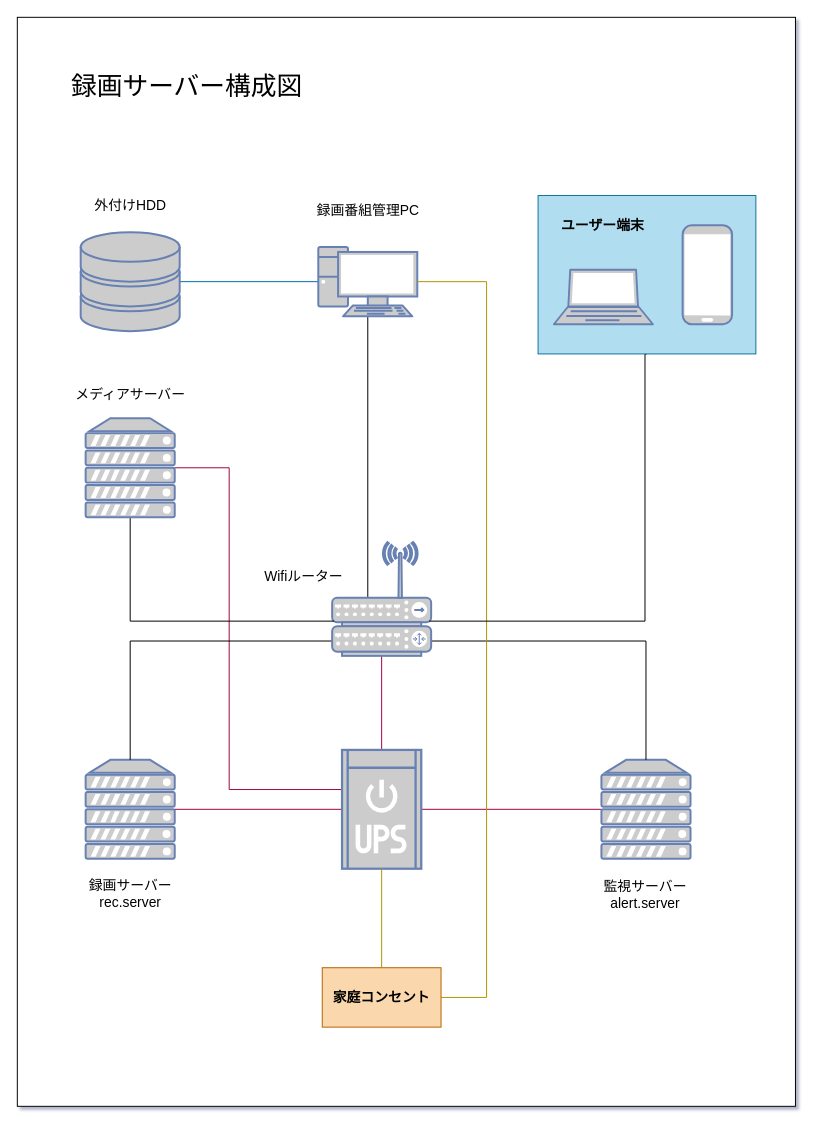
Above: rec/rec.drawio in Junch25/drawio (draw.io), before the change. Source tidied: cells renumbered, new cells numbered last; positions are measured from the earlier drawing's top-left corner, leaving out a move shared by most shapes. Both pictures are drawn from the tidied source at 99%, with x=0, y=0 at pixel (17, 17).
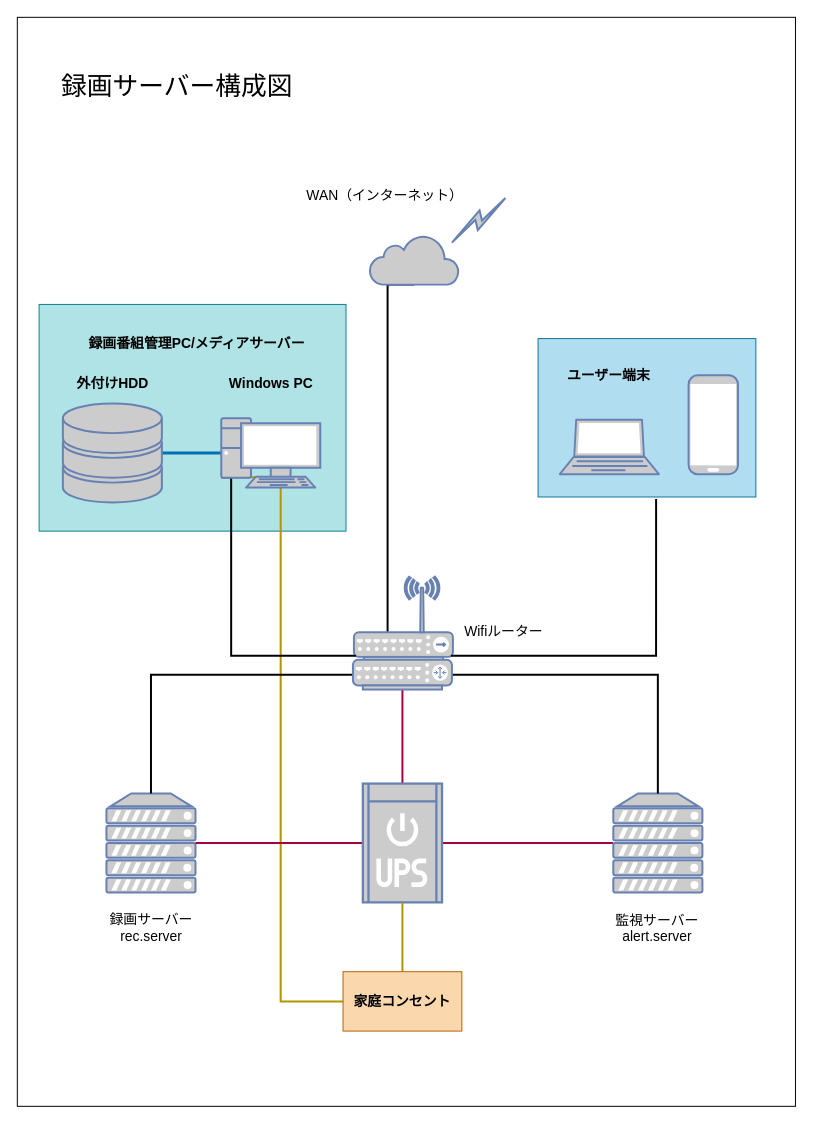
After the change.

Diff of the diagram source:
```diff
@@
-<mxGraphModel shadow="1">
+<mxGraphModel>
@@
+    <mxCell id="40" style="edgeStyle=orthogonalEdgeStyle;rounded=0;jettySize=auto;html=1;exitX=0.5;exitY=0;exitDx=0;exitDy=0;exitPerimeter=0;entryX=0.5;entryY=1;entryDx=0;entryDy=0;entryPerimeter=0;endArrow=none;endFill=0;strokeWidth=2;" parent="1" edge="1" source="20" target="44">
+      <mxGeometry relative="1" as="geometry">
+        <Array as="points">
+          <mxPoint x="374" y="649" />
+        </Array>
+      </mxGeometry>
+    </mxCell>
@@
     <mxCell id="4" value="録画サーバー構成図" style="text;html=1;align=center;verticalAlign=middle;fontSize=26;" parent="3" vertex="1">
-      <mxGeometry x="46" y="50" width="250" height="40" as="geometry" />
+      <mxGeometry x="36" y="50" width="250" height="40" as="geometry" />
     </mxCell>
-    <mxCell id="5" style="edgeStyle=orthogonalEdgeStyle;rounded=0;jettySize=auto;html=1;exitX=0.5;exitY=0;exitDx=0;exitDy=0;exitPerimeter=0;startArrow=none;startFill=0;endArrow=none;endFill=0;fontSize=26;entryX=0.5;entryY=1;entryDx=0;entryDy=0;entryPerimeter=0;" parent="3" edge="1" source="20" target="23">
-      <mxGeometry relative="1" as="geometry">
-        <Array as="points">
-          <mxPoint x="354" y="535" />
-          <mxPoint x="354" y="370" />
-        </Array>
-      </mxGeometry>
-    </mxCell>
-    <mxCell id="6" style="edgeStyle=orthogonalEdgeStyle;rounded=0;jettySize=auto;html=1;entryX=1;entryY=0.5;entryDx=0;entryDy=0;entryPerimeter=0;startArrow=none;startFill=0;endArrow=none;endFill=0;fontSize=14;fillColor=#d80073;strokeColor=#A50040;" parent="3" edge="1" source="14" target="33">
-      <mxGeometry relative="1" as="geometry">
-        <Array as="points">
-          <mxPoint x="214" y="780" />
-          <mxPoint x="214" y="455" />
-        </Array>
-      </mxGeometry>
-    </mxCell>
+    <mxCell id="41" style="whiteSpace=wrap;html=1;fillColor=#b0e3e6;strokeColor=#0e8088;" parent="3" vertex="1">
+      <mxGeometry x="22" y="290" width="310" height="229" as="geometry" />
+    </mxCell>
+    <mxCell id="42" style="edgeStyle=orthogonalEdgeStyle;rounded=0;orthogonalLoop=1;jettySize=auto;html=1;entryX=0;entryY=0.5;entryDx=0;entryDy=0;endArrow=none;endFill=0;fillColor=#e3c800;strokeColor=#B09500;strokeWidth=2;exitX=0;exitY=0.85;exitDx=0;exitDy=0;exitPerimeter=0;" parent="3" edge="1">
+      <mxGeometry relative="1" as="geometry">
+        <mxPoint x="206" y="464.5" as="sourcePoint" />
+        <mxPoint x="329" y="994" as="targetPoint" />
+        <Array as="points">
+          <mxPoint x="266" y="465" />
+          <mxPoint x="266" y="994" />
+        </Array>
+      </mxGeometry>
+    </mxCell>
@@
     <mxCell id="8" value="録画サーバー&lt;br style=&quot;font-size: 14px;&quot;&gt;rec.server" style="text;html=1;align=center;verticalAlign=middle;fontSize=14;" parent="7" vertex="1">
-      <mxGeometry x="64" y="865" width="100" height="40" as="geometry" />
+      <mxGeometry x="85" y="899" width="100" height="40" as="geometry" />
     </mxCell>
     <mxCell id="9" style="fontColor=#0066CC;verticalAlign=top;verticalLabelPosition=bottom;labelPosition=center;align=center;html=1;outlineConnect=0;fillColor=#CCCCCC;strokeColor=#6881B3;gradientColor=none;gradientDirection=north;strokeWidth=2;shape=mxgraph.networks.server;" parent="7" vertex="1">
-      <mxGeometry x="69" y="750" width="90" height="100" as="geometry" />
+      <mxGeometry x="90" y="784" width="90" height="100" as="geometry" />
     </mxCell>
     <mxCell id="10" style="fontColor=#0066CC;verticalAlign=top;verticalLabelPosition=bottom;labelPosition=center;align=center;html=1;outlineConnect=0;fillColor=#CCCCCC;strokeColor=#6881B3;gradientColor=none;gradientDirection=north;strokeWidth=2;shape=mxgraph.networks.wireless_hub;" parent="7" vertex="1">
-      <mxGeometry x="318" y="530" width="100" height="85" as="geometry" />
+      <mxGeometry x="340" y="565" width="100" height="85" as="geometry" />
     </mxCell>
-    <mxCell id="11" style="edgeStyle=orthogonalEdgeStyle;rounded=0;jettySize=auto;html=1;exitX=0;exitY=0.5;exitDx=0;exitDy=0;exitPerimeter=0;entryX=1;entryY=0.5;entryDx=0;entryDy=0;entryPerimeter=0;startArrow=none;startFill=0;endArrow=none;endFill=0;fillColor=#d80073;strokeColor=#A50040;" parent="7" edge="1" source="14" target="9">
+    <mxCell id="11" style="edgeStyle=orthogonalEdgeStyle;rounded=0;jettySize=auto;html=1;exitX=0;exitY=0.5;exitDx=0;exitDy=0;exitPerimeter=0;entryX=1;entryY=0.5;entryDx=0;entryDy=0;entryPerimeter=0;startArrow=none;startFill=0;endArrow=none;endFill=0;fillColor=#d80073;strokeColor=#A50040;strokeWidth=2;" parent="7" edge="1" source="14" target="9">
       <mxGeometry relative="1" as="geometry" />
     </mxCell>
-    <mxCell id="12" style="edgeStyle=orthogonalEdgeStyle;rounded=0;jettySize=auto;html=1;exitX=1;exitY=0.5;exitDx=0;exitDy=0;exitPerimeter=0;entryX=0;entryY=0.5;entryDx=0;entryDy=0;entryPerimeter=0;startArrow=none;startFill=0;endArrow=none;endFill=0;fillColor=#d80073;strokeColor=#A50040;" parent="7" edge="1" source="14" target="15">
+    <mxCell id="12" style="edgeStyle=orthogonalEdgeStyle;rounded=0;jettySize=auto;html=1;exitX=1;exitY=0.5;exitDx=0;exitDy=0;exitPerimeter=0;entryX=0;entryY=0.5;entryDx=0;entryDy=0;entryPerimeter=0;startArrow=none;startFill=0;endArrow=none;endFill=0;fillColor=#d80073;strokeColor=#A50040;strokeWidth=2;" parent="7" edge="1" source="14" target="15">
       <mxGeometry relative="1" as="geometry" />
     </mxCell>
-    <mxCell id="13" style="edgeStyle=orthogonalEdgeStyle;rounded=0;jettySize=auto;html=1;exitX=0.5;exitY=0;exitDx=0;exitDy=0;exitPerimeter=0;startArrow=none;startFill=0;endArrow=none;endFill=0;fontSize=26;fillColor=#d80073;strokeColor=#A50040;" parent="7" edge="1" source="14" target="20">
+    <mxCell id="13" style="edgeStyle=orthogonalEdgeStyle;rounded=0;jettySize=auto;html=1;exitX=0.5;exitY=0;exitDx=0;exitDy=0;exitPerimeter=0;startArrow=none;startFill=0;endArrow=none;endFill=0;fontSize=26;fillColor=#d80073;strokeColor=#A50040;strokeWidth=2;" parent="7" edge="1" source="14" target="20">
       <mxGeometry relative="1" as="geometry" />
     </mxCell>
     <mxCell id="14" style="fontColor=#0066CC;verticalAlign=top;verticalLabelPosition=bottom;labelPosition=center;align=center;html=1;outlineConnect=0;fillColor=#CCCCCC;strokeColor=#6881B3;gradientColor=none;gradientDirection=north;strokeWidth=2;shape=mxgraph.networks.ups_small;" parent="7" vertex="1">
-      <mxGeometry x="328" y="740" width="80" height="120" as="geometry" />
+      <mxGeometry x="349" y="774" width="80" height="120" as="geometry" />
     </mxCell>
     <mxCell id="15" style="fontColor=#0066CC;verticalAlign=top;verticalLabelPosition=bottom;labelPosition=center;align=center;html=1;outlineConnect=0;fillColor=#CCCCCC;strokeColor=#6881B3;gradientColor=none;gradientDirection=north;strokeWidth=2;shape=mxgraph.networks.server;" parent="7" vertex="1">
-      <mxGeometry x="590" y="750" width="90" height="100" as="geometry" />
+      <mxGeometry x="602" y="784" width="90" height="100" as="geometry" />
     </mxCell>
     <mxCell id="16" value="監視サーバー&lt;br style=&quot;font-size: 14px;&quot;&gt;alert.server" style="text;html=1;align=center;verticalAlign=middle;fontSize=14;" parent="7" vertex="1">
-      <mxGeometry x="584" y="866" width="100" height="40" as="geometry" />
+      <mxGeometry x="596" y="900" width="100" height="40" as="geometry" />
     </mxCell>
-    <mxCell id="17" style="edgeStyle=orthogonalEdgeStyle;rounded=0;jettySize=auto;html=1;exitX=0.5;exitY=0;exitDx=0;exitDy=0;exitPerimeter=0;entryX=0.5;entryY=1;entryDx=0;entryDy=0;entryPerimeter=0;startArrow=none;startFill=0;endArrow=none;endFill=0;" parent="7" edge="1" source="20" target="10">
-      <mxGeometry relative="1" as="geometry" />
+    <mxCell id="17" style="edgeStyle=orthogonalEdgeStyle;rounded=0;jettySize=auto;html=1;exitX=0.5;exitY=0;exitDx=0;exitDy=0;exitPerimeter=0;entryX=0.5;entryY=1;entryDx=0;entryDy=0;entryPerimeter=0;startArrow=none;startFill=0;endArrow=none;endFill=0;" parent="7" edge="1" source="20">
+      <mxGeometry relative="1" as="geometry">
+        <mxPoint x="389" y="649" as="targetPoint" />
+      </mxGeometry>
     </mxCell>
-    <mxCell id="18" style="edgeStyle=orthogonalEdgeStyle;rounded=0;jettySize=auto;html=1;exitX=0;exitY=0.5;exitDx=0;exitDy=0;exitPerimeter=0;startArrow=none;startFill=0;endArrow=none;endFill=0;" parent="7" edge="1" source="20" target="9">
+    <mxCell id="18" style="edgeStyle=orthogonalEdgeStyle;rounded=0;jettySize=auto;html=1;exitX=0;exitY=0.5;exitDx=0;exitDy=0;exitPerimeter=0;startArrow=none;startFill=0;endArrow=none;endFill=0;strokeWidth=2;" parent="7" edge="1" source="20" target="9">
       <mxGeometry relative="1" as="geometry" />
     </mxCell>
-    <mxCell id="19" style="edgeStyle=orthogonalEdgeStyle;rounded=0;jettySize=auto;html=1;exitX=1;exitY=0.5;exitDx=0;exitDy=0;exitPerimeter=0;entryX=0.5;entryY=0;entryDx=0;entryDy=0;entryPerimeter=0;startArrow=none;startFill=0;endArrow=none;endFill=0;" parent="7" edge="1" source="20" target="15">
+    <mxCell id="19" style="edgeStyle=orthogonalEdgeStyle;rounded=0;jettySize=auto;html=1;exitX=1;exitY=0.5;exitDx=0;exitDy=0;exitPerimeter=0;entryX=0.5;entryY=0;entryDx=0;entryDy=0;entryPerimeter=0;startArrow=none;startFill=0;endArrow=none;endFill=0;strokeWidth=2;" parent="7" edge="1" source="20" target="15">
       <mxGeometry relative="1" as="geometry" />
     </mxCell>
     <mxCell id="20" style="fontColor=#0066CC;verticalAlign=top;verticalLabelPosition=bottom;labelPosition=center;align=center;html=1;outlineConnect=0;fillColor=#CCCCCC;strokeColor=#6881B3;gradientColor=none;gradientDirection=north;strokeWidth=2;shape=mxgraph.networks.router;" parent="7" vertex="1">
-      <mxGeometry x="318" y="615" width="100" height="30" as="geometry" />
+      <mxGeometry x="339" y="649" width="100" height="30" as="geometry" />
     </mxCell>
@@
-    <mxCell id="22" style="edgeStyle=orthogonalEdgeStyle;rounded=0;jettySize=auto;html=1;exitX=0;exitY=0.5;exitDx=0;exitDy=0;exitPerimeter=0;entryX=1;entryY=0.5;entryDx=0;entryDy=0;entryPerimeter=0;startArrow=none;startFill=0;endArrow=none;endFill=0;fontSize=14;fillColor=#1ba1e2;strokeColor=#006EAF;" parent="21" edge="1" source="23" target="26">
+    <mxCell id="22" style="edgeStyle=orthogonalEdgeStyle;rounded=0;jettySize=auto;html=1;exitX=0;exitY=0.5;exitDx=0;exitDy=0;exitPerimeter=0;entryX=1;entryY=0.5;entryDx=0;entryDy=0;entryPerimeter=0;startArrow=none;startFill=0;endArrow=none;endFill=0;fontSize=14;fillColor=#1ba1e2;strokeColor=#006EAF;strokeWidth=3;" parent="21" edge="1" source="23" target="26">
       <mxGeometry relative="1" as="geometry" />
     </mxCell>
+    <mxCell id="43" style="edgeStyle=orthogonalEdgeStyle;rounded=0;jettySize=auto;html=1;exitX=0;exitY=0.85;exitDx=0;exitDy=0;exitPerimeter=0;entryX=0.02;entryY=0.94;entryDx=0;entryDy=0;entryPerimeter=0;endArrow=none;endFill=0;fontColor=#000000;strokeWidth=2;" parent="21" edge="1" source="23" target="10">
+      <mxGeometry relative="1" as="geometry">
+        <Array as="points">
+          <mxPoint x="216" y="465" />
+          <mxPoint x="216" y="645" />
+        </Array>
+      </mxGeometry>
+    </mxCell>
     <mxCell id="23" style="fontColor=#0066CC;verticalAlign=top;verticalLabelPosition=bottom;labelPosition=center;align=center;html=1;outlineConnect=0;fillColor=#CCCCCC;strokeColor=#6881B3;gradientColor=none;gradientDirection=north;strokeWidth=2;shape=mxgraph.networks.pc;" parent="21" vertex="1">
-      <mxGeometry x="304" y="232" width="100" height="70" as="geometry" />
+      <mxGeometry x="206" y="405" width="100" height="70" as="geometry" />
     </mxCell>
     <mxCell id="24" value="Wifiルーター" style="text;html=1;align=center;verticalAlign=middle;fontSize=14;" parent="21" vertex="1">
-      <mxGeometry x="244" y="555" width="90" height="20" as="geometry" />
+      <mxGeometry x="446" y="610" width="90" height="20" as="geometry" />
     </mxCell>
-    <mxCell id="25" value="録画番組管理PC" style="text;html=1;align=center;verticalAlign=middle;fontSize=14;" parent="21" vertex="1">
-      <mxGeometry x="294" y="185" width="120" height="20" as="geometry" />
+    <mxCell id="25" value="録画番組管理PC/メディアサーバー" style="text;html=1;align=center;verticalAlign=middle;fontSize=14;labelBackgroundColor=none;fontColor=#000000;fontStyle=1;" parent="21" vertex="1">
+      <mxGeometry x="66" y="320" width="230" height="20" as="geometry" />
     </mxCell>
     <mxCell id="26" style="fontColor=#0066CC;verticalAlign=top;verticalLabelPosition=bottom;labelPosition=center;align=center;html=1;outlineConnect=0;fillColor=#CCCCCC;strokeColor=#6881B3;gradientColor=none;gradientDirection=north;strokeWidth=2;shape=mxgraph.networks.storage;" parent="21" vertex="1">
-      <mxGeometry x="64" y="217" width="100" height="100" as="geometry" />
+      <mxGeometry x="46" y="390" width="100" height="100" as="geometry" />
     </mxCell>
-    <mxCell id="27" value="外付けHDD" style="text;html=1;align=center;verticalAlign=middle;fontSize=14;" parent="21" vertex="1">
-      <mxGeometry x="69" y="180" width="90" height="20" as="geometry" />
+    <mxCell id="27" value="外付けHDD" style="text;html=1;align=center;verticalAlign=middle;fontSize=14;fontColor=#000000;fontStyle=1;" parent="21" vertex="1">
+      <mxGeometry x="51" y="360" width="90" height="20" as="geometry" />
     </mxCell>
-    <mxCell id="28" style="edgeStyle=orthogonalEdgeStyle;rounded=0;jettySize=auto;html=1;exitX=0.5;exitY=1;exitDx=0;exitDy=0;exitPerimeter=0;startArrow=none;startFill=0;endArrow=none;endFill=0;fontSize=14;entryX=0.5;entryY=0;entryDx=0;entryDy=0;fillColor=#e3c800;strokeColor=#B09500;" parent="21" edge="1" source="14" target="30">
+    <mxCell id="28" style="edgeStyle=orthogonalEdgeStyle;rounded=0;jettySize=auto;html=1;exitX=0.5;exitY=1;exitDx=0;exitDy=0;exitPerimeter=0;startArrow=none;startFill=0;endArrow=none;endFill=0;fontSize=14;entryX=0.5;entryY=0;entryDx=0;entryDy=0;fillColor=#e3c800;strokeColor=#B09500;strokeWidth=2;" parent="21" edge="1" source="14" target="30">
       <mxGeometry relative="1" as="geometry" />
     </mxCell>
-    <mxCell id="29" style="edgeStyle=orthogonalEdgeStyle;rounded=0;jettySize=auto;html=1;exitX=1;exitY=0.5;exitDx=0;exitDy=0;entryX=1;entryY=0.5;entryDx=0;entryDy=0;entryPerimeter=0;startArrow=none;startFill=0;endArrow=none;endFill=0;fontSize=14;fillColor=#e3c800;strokeColor=#B09500;" parent="21" edge="1" source="30" target="23">
-      <mxGeometry relative="1" as="geometry">
-        <Array as="points">
-          <mxPoint x="474" y="990" />
-          <mxPoint x="474" y="267" />
-        </Array>
-      </mxGeometry>
-    </mxCell>
     <mxCell id="30" value="家庭コンセント" style="whiteSpace=wrap;html=1;fontSize=14;fillColor=#fad7ac;strokeColor=#b46504;fontStyle=1;fontColor=#000000;" parent="21" vertex="1">
-      <mxGeometry x="308" y="960" width="120" height="60" as="geometry" />
+      <mxGeometry x="329" y="964" width="120" height="60" as="geometry" />
     </mxCell>
-    <mxCell id="31" value="メディアサーバー" style="text;html=1;align=center;verticalAlign=middle;fontSize=14;" parent="21" vertex="1">
-      <mxGeometry x="49" y="371" width="130" height="20" as="geometry" />
-    </mxCell>
-    <mxCell id="32" style="edgeStyle=orthogonalEdgeStyle;rounded=0;jettySize=auto;html=1;entryX=0.5;entryY=1;entryDx=0;entryDy=0;entryPerimeter=0;startArrow=none;startFill=0;endArrow=none;endFill=0;fontSize=14;exitX=0.02;exitY=0.94;exitDx=0;exitDy=0;exitPerimeter=0;" parent="21" edge="1" source="10" target="33">
-      <mxGeometry relative="1" as="geometry" />
-    </mxCell>
-    <mxCell id="33" style="fontColor=#0066CC;verticalAlign=top;verticalLabelPosition=bottom;labelPosition=center;align=center;html=1;outlineConnect=0;fillColor=#CCCCCC;strokeColor=#6881B3;gradientColor=none;gradientDirection=north;strokeWidth=2;shape=mxgraph.networks.server;" parent="21" vertex="1">
-      <mxGeometry x="69" y="405" width="90" height="100" as="geometry" />
-    </mxCell>
+    <mxCell id="44" style="html=1;outlineConnect=0;fillColor=#CCCCCC;strokeColor=#6881B3;gradientColor=none;gradientDirection=north;strokeWidth=2;shape=mxgraph.networks.cloud;fontColor=#ffffff;" parent="21" vertex="1">
+      <mxGeometry x="356" y="220" width="90" height="50" as="geometry" />
+    </mxCell>
+    <mxCell id="45" style="html=1;outlineConnect=0;fillColor=#CCCCCC;strokeColor=#6881B3;gradientColor=none;gradientDirection=north;strokeWidth=2;shape=mxgraph.networks.comm_link_edge;html=1;endArrow=none;endFill=0;" parent="21" edge="1">
+      <mxGeometry relative="1" as="geometry">
+        <mxPoint x="436" y="230" as="sourcePoint" />
+        <mxPoint x="496" y="180" as="targetPoint" />
+      </mxGeometry>
+    </mxCell>
+    <mxCell id="46" value="WAN（インターネット）" style="text;html=1;align=center;verticalAlign=middle;fontSize=14;" parent="21" vertex="1">
+      <mxGeometry x="286" y="170" width="170" height="20" as="geometry" />
+    </mxCell>
+    <mxCell id="47" style="edgeStyle=orthogonalEdgeStyle;rounded=0;jettySize=auto;html=1;exitX=0.98;exitY=0.94;exitDx=0;exitDy=0;exitPerimeter=0;entryX=0.542;entryY=1.013;entryDx=0;entryDy=0;entryPerimeter=0;endArrow=none;endFill=0;strokeWidth=2;" parent="21" edge="1" source="10" target="36">
+      <mxGeometry relative="1" as="geometry">
+        <Array as="points">
+          <mxPoint x="645" y="645" />
+        </Array>
+      </mxGeometry>
+    </mxCell>
+    <mxCell id="48" value="Windows PC" style="text;html=1;align=center;verticalAlign=middle;fontSize=14;labelBackgroundColor=none;fontColor=#000000;fontStyle=1;" parent="21" vertex="1">
+      <mxGeometry x="206" y="360" width="100" height="20" as="geometry" />
+    </mxCell>
@@
-    <mxCell id="35" style="edgeStyle=orthogonalEdgeStyle;rounded=0;jettySize=auto;html=1;exitX=0.5;exitY=1;exitDx=0;exitDy=0;entryX=0.98;entryY=0.94;entryDx=0;entryDy=0;entryPerimeter=0;startArrow=none;startFill=0;endArrow=none;endFill=0;fontSize=14;" parent="34" edge="1" source="36" target="10">
-      <mxGeometry relative="1" as="geometry">
-        <Array as="points">
-          <mxPoint x="634" y="340" />
-          <mxPoint x="634" y="610" />
-        </Array>
-      </mxGeometry>
-    </mxCell>
+    <mxCell id="49" style="group;" parent="34" vertex="1">
+      <mxGeometry x="526" y="324.5" width="220" height="160" as="geometry" />
+    </mxCell>
-    <mxCell id="36" style="whiteSpace=wrap;html=1;fontSize=14;fillColor=#b1ddf0;strokeColor=#10739e;fontColor=#000000;" parent="34" vertex="1">
-      <mxGeometry x="526" y="180" width="220" height="160" as="geometry" />
+    <mxCell id="36" style="whiteSpace=wrap;html=1;fontSize=14;fillColor=#b1ddf0;strokeColor=#10739e;fontColor=#000000;" parent="49" vertex="1">
+      <mxGeometry width="220" height="160" as="geometry" />
     </mxCell>
-    <mxCell id="37" style="fontColor=#0066CC;verticalAlign=top;verticalLabelPosition=bottom;labelPosition=center;align=center;html=1;fillColor=#CCCCCC;strokeColor=#6881B3;gradientColor=none;gradientDirection=north;strokeWidth=2;shape=mxgraph.networks.mobile;" parent="34" vertex="1">
-      <mxGeometry x="672" y="210" width="50" height="100" as="geometry" />
+    <mxCell id="37" style="fontColor=#0066CC;verticalAlign=top;verticalLabelPosition=bottom;labelPosition=center;align=center;html=1;fillColor=#CCCCCC;strokeColor=#6881B3;gradientColor=none;gradientDirection=north;strokeWidth=2;shape=mxgraph.networks.mobile;" parent="49" vertex="1">
+      <mxGeometry x="152" y="37" width="50" height="100" as="geometry" />
     </mxCell>
-    <mxCell id="38" style="fontColor=#0066CC;verticalAlign=top;verticalLabelPosition=bottom;labelPosition=center;align=center;html=1;fillColor=#CCCCCC;strokeColor=#6881B3;gradientColor=none;gradientDirection=north;strokeWidth=2;shape=mxgraph.networks.laptop;" parent="34" vertex="1">
-      <mxGeometry x="542" y="255" width="100" height="55" as="geometry" />
+    <mxCell id="38" style="fontColor=#0066CC;verticalAlign=top;verticalLabelPosition=bottom;labelPosition=center;align=center;html=1;fillColor=#CCCCCC;strokeColor=#6881B3;gradientColor=none;gradientDirection=north;strokeWidth=2;shape=mxgraph.networks.laptop;" parent="49" vertex="1">
+      <mxGeometry x="22" y="82" width="100" height="55" as="geometry" />
     </mxCell>
-    <mxCell id="39" value="ユーザー端末" style="text;html=1;align=center;verticalAlign=middle;fontSize=14;fontColor=#000000;fontStyle=1;" parent="34" vertex="1">
-      <mxGeometry x="541" y="200" width="100" height="20" as="geometry" />
+    <mxCell id="39" value="ユーザー端末" style="text;html=1;align=center;verticalAlign=middle;fontSize=14;fontColor=#000000;fontStyle=1;" parent="49" vertex="1">
+      <mxGeometry x="21" y="27" width="100" height="20" as="geometry" />
     </mxCell>
```
